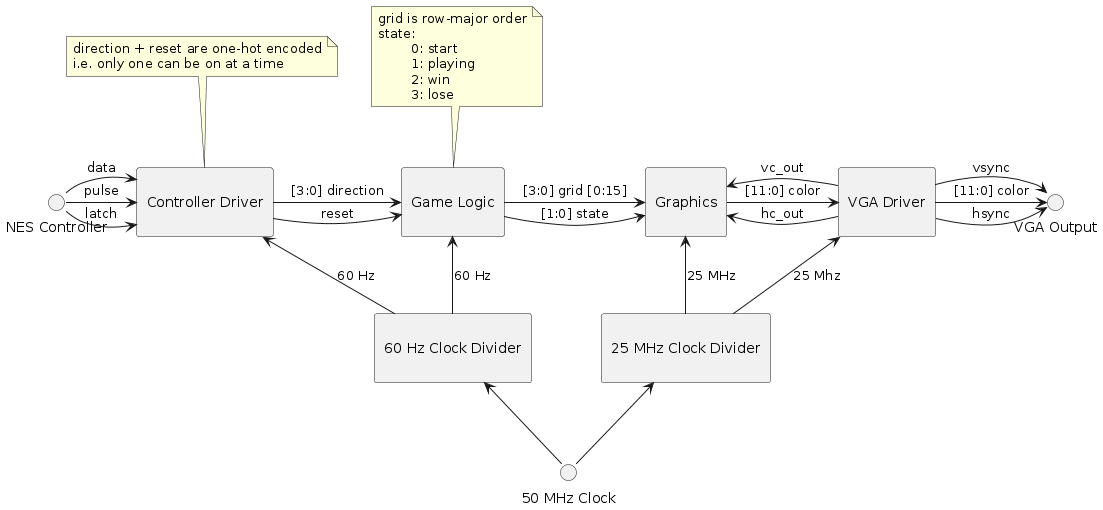
Before: capstone/block-diagram.png, a diagram exported from PlantUML (yadayadajaychan/dav).
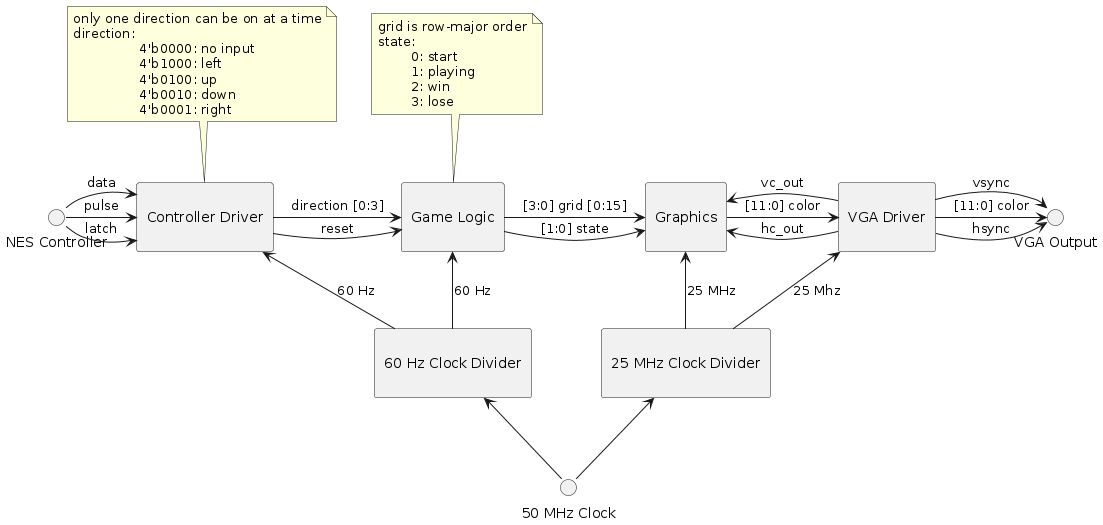
The same file after the commit.

Commit message:
update block diagram

What changed in the source:
```diff
@@ -5,8 +5,13 @@
 [\nController Driver\n] as driver
 
 note top of driver
-	direction + reset are one-hot encoded
-	i.e. only one can be on at a time
+	only one direction can be on at a time
+	direction:
+		\t4'b0000: no input
+		\t4'b1000: left
+		\t4'b0100: up
+		\t4'b0010: down
+		\t4'b0001: right
 end note
 
 controller -> driver : latch
@@ -24,7 +29,7 @@
 	\t3: lose
 end note
 
-driver -> game : [3:0] direction
+driver -> game : direction [0:3]
 driver -> game : reset
 
 [\nGraphics\n] as graphics
```
